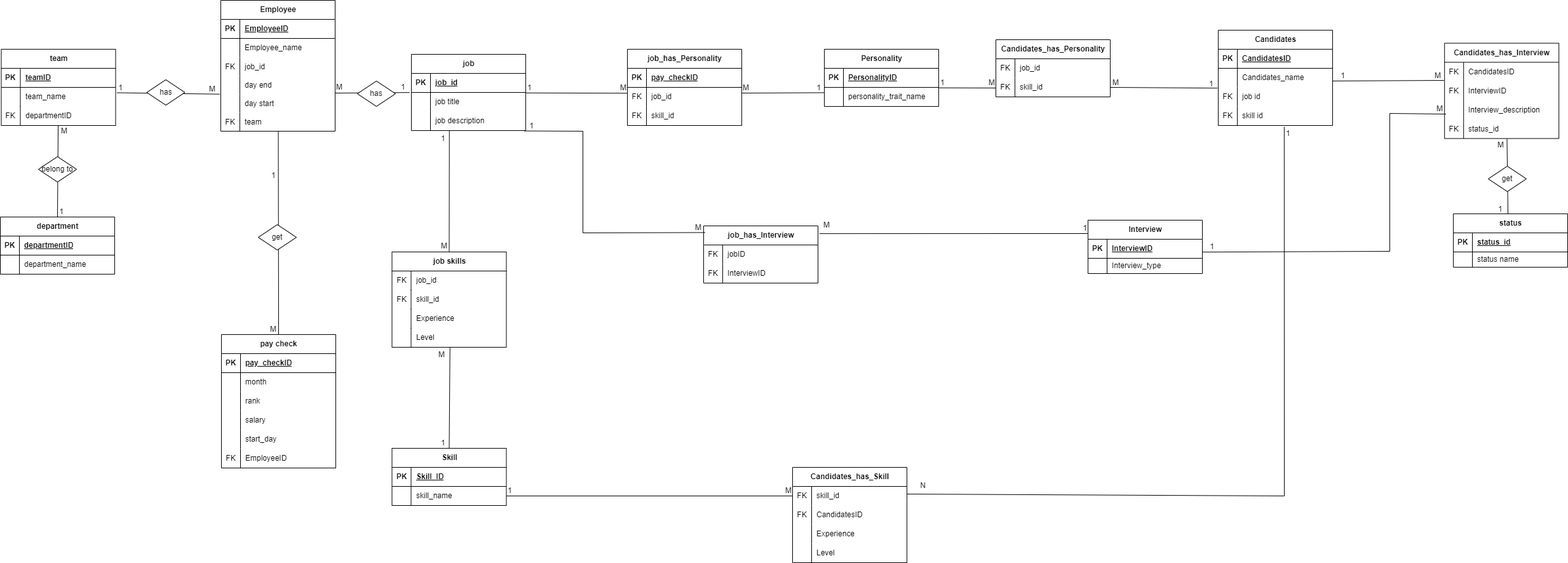
Above: HRDiagram.drawio.png in oran950/DataBase_ERD (draw.io), before the change. Source tidied: cells renumbered, new cells last; positions are measured from the earlier drawing's top-left corner, leaving out a move shared by most shapes.
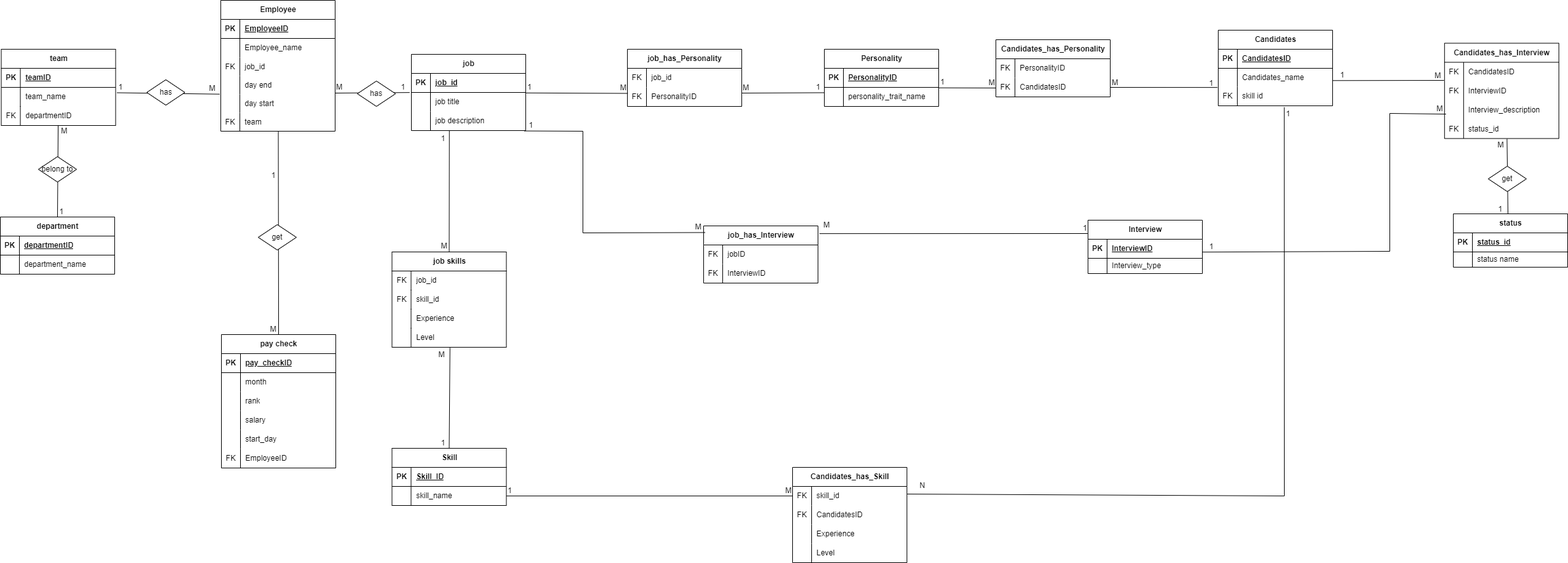
The same file after the commit.

The edit, as a diff of the source:
```diff
@@ -384,19 +384,10 @@
       <mxGeometry x="30" width="150" height="30" as="geometry" />
     </mxCell>
     <mxCell id="117" value="job_has_Personality" style="shape=table;startSize=30;rowLines=0;fontStyle=1;align=center;html=1;" parent="1" vertex="1">
-      <mxGeometry x="987" y="77" width="180" height="120" as="geometry" />
+      <mxGeometry x="987" y="77" width="180" height="90" as="geometry" />
     </mxCell>
-    <mxCell id="118" style="shape=tableRow;horizontal=0;startSize=0;swimlaneHead=0;swimlaneBody=0;fillColor=none;top=0;left=0;right=0;bottom=1;" parent="117" vertex="1">
-      <mxGeometry y="30" width="180" height="30" as="geometry" />
-    </mxCell>
-    <mxCell id="119" value="PK" style="shape=partialRectangle;fillColor=none;top=0;left=0;bottom=0;right=0;fontStyle=1;overflow=hidden;whiteSpace=wrap;html=1;" parent="118" vertex="1">
-      <mxGeometry width="30" height="30" as="geometry" />
-    </mxCell>
-    <mxCell id="120" value="pay_checkID" style="shape=partialRectangle;fillColor=none;top=0;left=0;bottom=0;right=0;align=left;spacingLeft=6;fontStyle=5;overflow=hidden;whiteSpace=wrap;html=1;" parent="118" vertex="1">
-      <mxGeometry x="30" width="150" height="30" as="geometry" />
-    </mxCell>
     <mxCell id="121" style="shape=tableRow;horizontal=0;startSize=0;swimlaneHead=0;swimlaneBody=0;fillColor=none;points=[[0,0.5],[1,0.5]];portConstraint=eastwest;top=0;left=0;right=0;bottom=0;" parent="117" vertex="1">
-      <mxGeometry y="60" width="180" height="30" as="geometry" />
+      <mxGeometry y="30" width="180" height="30" as="geometry" />
     </mxCell>
     <mxCell id="122" value="FK" style="shape=partialRectangle;fillColor=none;top=0;left=0;bottom=0;right=0;overflow=hidden;whiteSpace=wrap;html=1;" parent="121" vertex="1">
       <mxGeometry width="30" height="30" as="geometry" />
@@ -405,15 +396,15 @@
       <mxGeometry x="30" width="150" height="30" as="geometry" />
     </mxCell>
     <mxCell id="124" style="shape=tableRow;horizontal=0;startSize=0;swimlaneHead=0;swimlaneBody=0;fillColor=none;points=[[0,0.5],[1,0.5]];portConstraint=eastwest;top=0;left=0;right=0;bottom=0;" parent="117" vertex="1">
-      <mxGeometry y="90" width="180" height="30" as="geometry" />
+      <mxGeometry y="60" width="180" height="30" as="geometry" />
     </mxCell>
     <mxCell id="125" value="FK" style="shape=partialRectangle;fillColor=none;top=0;left=0;bottom=0;right=0;overflow=hidden;whiteSpace=wrap;html=1;" parent="124" vertex="1">
       <mxGeometry width="30" height="30" as="geometry" />
     </mxCell>
-    <mxCell id="126" value="skill_id" style="shape=partialRectangle;fillColor=none;top=0;left=0;bottom=0;right=0;align=left;spacingLeft=6;overflow=hidden;whiteSpace=wrap;html=1;" parent="124" vertex="1">
+    <mxCell id="126" value="PersonalityID" style="shape=partialRectangle;fillColor=none;top=0;left=0;bottom=0;right=0;align=left;spacingLeft=6;overflow=hidden;whiteSpace=wrap;html=1;" parent="124" vertex="1">
       <mxGeometry x="30" width="150" height="30" as="geometry" />
     </mxCell>
-    <mxCell id="127" style="endArrow=none;html=1;rounded=0;entryX=-0.004;entryY=0.306;entryDx=0;entryDy=0;entryPerimeter=0;exitX=1.004;exitY=0.025;exitDx=0;exitDy=0;exitPerimeter=0;" parent="1" edge="1" source="111" target="121">
+    <mxCell id="127" style="endArrow=none;html=1;rounded=0;exitX=1.004;exitY=0.025;exitDx=0;exitDy=0;exitPerimeter=0;entryX=0.004;entryY=0.316;entryDx=0;entryDy=0;entryPerimeter=0;" parent="1" edge="1" source="111" target="124">
       <mxGeometry relative="1" as="geometry" />
     </mxCell>
     <mxCell id="128" value="1" style="html=1;whiteSpace=wrap;align=left;verticalAlign=bottom;" parent="127" vertex="1">
@@ -463,7 +454,7 @@
     <mxCell id="142" value="FK" style="shape=partialRectangle;fillColor=none;top=0;left=0;bottom=0;right=0;overflow=hidden;whiteSpace=wrap;html=1;" parent="141" vertex="1">
       <mxGeometry width="30" height="30" as="geometry" />
     </mxCell>
-    <mxCell id="143" value="job_id" style="shape=partialRectangle;fillColor=none;top=0;left=0;bottom=0;right=0;align=left;spacingLeft=6;overflow=hidden;whiteSpace=wrap;html=1;" parent="141" vertex="1">
+    <mxCell id="143" value="PersonalityID" style="shape=partialRectangle;fillColor=none;top=0;left=0;bottom=0;right=0;align=left;spacingLeft=6;overflow=hidden;whiteSpace=wrap;html=1;" parent="141" vertex="1">
       <mxGeometry x="30" width="150" height="30" as="geometry" />
     </mxCell>
     <mxCell id="144" style="shape=tableRow;horizontal=0;startSize=0;swimlaneHead=0;swimlaneBody=0;fillColor=none;points=[[0,0.5],[1,0.5]];portConstraint=eastwest;top=0;left=0;right=0;bottom=0;" parent="140" vertex="1">
@@ -472,11 +463,11 @@
     <mxCell id="145" value="FK" style="shape=partialRectangle;fillColor=none;top=0;left=0;bottom=0;right=0;overflow=hidden;whiteSpace=wrap;html=1;" parent="144" vertex="1">
       <mxGeometry width="30" height="30" as="geometry" />
     </mxCell>
-    <mxCell id="146" value="skill_id" style="shape=partialRectangle;fillColor=none;top=0;left=0;bottom=0;right=0;align=left;spacingLeft=6;overflow=hidden;whiteSpace=wrap;html=1;" parent="144" vertex="1">
+    <mxCell id="146" value="CandidatesID" style="shape=partialRectangle;fillColor=none;top=0;left=0;bottom=0;right=0;align=left;spacingLeft=6;overflow=hidden;whiteSpace=wrap;html=1;" parent="144" vertex="1">
       <mxGeometry x="30" width="150" height="30" as="geometry" />
     </mxCell>
     <mxCell id="147" value="Candidates" style="shape=table;startSize=30;rowLines=0;fontStyle=1;align=center;html=1;" parent="1" vertex="1">
-      <mxGeometry x="1917" y="47" width="180" height="150" as="geometry" />
+      <mxGeometry x="1917" y="47" width="180" height="119" as="geometry" />
     </mxCell>
     <mxCell id="148" style="shape=tableRow;horizontal=0;startSize=0;swimlaneHead=0;swimlaneBody=0;fillColor=none;top=0;left=0;right=0;bottom=1;" parent="147" vertex="1">
       <mxGeometry y="30" width="180" height="30" as="geometry" />
@@ -488,25 +479,16 @@
       <mxGeometry x="30" width="150" height="30" as="geometry" />
     </mxCell>
     <mxCell id="151" style="shape=tableRow;horizontal=0;startSize=0;swimlaneHead=0;swimlaneBody=0;fillColor=none;points=[[0,0.5],[1,0.5]];portConstraint=eastwest;top=0;left=0;right=0;bottom=0;" parent="147" vertex="1">
-      <mxGeometry y="60" width="180" height="30" as="geometry" />
+      <mxGeometry y="60" width="180" height="29" as="geometry" />
     </mxCell>
     <mxCell id="152" style="shape=partialRectangle;fillColor=none;top=0;left=0;bottom=0;right=0;overflow=hidden;whiteSpace=wrap;html=1;" parent="151" vertex="1">
-      <mxGeometry width="30" height="30" as="geometry" />
+      <mxGeometry width="30" height="29" as="geometry" />
     </mxCell>
     <mxCell id="153" value="Candidates_name" style="shape=partialRectangle;fillColor=none;top=0;left=0;bottom=0;right=0;align=left;spacingLeft=6;overflow=hidden;whiteSpace=wrap;html=1;" parent="151" vertex="1">
-      <mxGeometry x="30" width="150" height="30" as="geometry" />
+      <mxGeometry x="30" width="150" height="29" as="geometry" />
     </mxCell>
-    <mxCell id="154" style="shape=tableRow;horizontal=0;startSize=0;swimlaneHead=0;swimlaneBody=0;fillColor=none;top=0;left=0;right=0;bottom=0;" parent="147" vertex="1">
-      <mxGeometry y="90" width="180" height="30" as="geometry" />
-    </mxCell>
-    <mxCell id="155" value="FK" style="shape=partialRectangle;fillColor=none;top=0;left=0;bottom=0;right=0;overflow=hidden;whiteSpace=wrap;html=1;" parent="154" vertex="1">
-      <mxGeometry width="30" height="30" as="geometry" />
-    </mxCell>
-    <mxCell id="156" value="job id" style="shape=partialRectangle;fillColor=none;top=0;left=0;bottom=0;right=0;align=left;spacingLeft=6;overflow=hidden;whiteSpace=wrap;html=1;" parent="154" vertex="1">
-      <mxGeometry x="30" width="150" height="30" as="geometry" />
-    </mxCell>
     <mxCell id="157" style="shape=tableRow;horizontal=0;startSize=0;swimlaneHead=0;swimlaneBody=0;fillColor=none;points=[[0,0.5],[1,0.5]];portConstraint=eastwest;top=0;left=0;right=0;bottom=0;" parent="147" vertex="1">
-      <mxGeometry y="120" width="180" height="30" as="geometry" />
+      <mxGeometry y="89" width="180" height="30" as="geometry" />
     </mxCell>
     <mxCell id="158" value="FK" style="shape=partialRectangle;fillColor=none;top=0;left=0;bottom=0;right=0;overflow=hidden;whiteSpace=wrap;html=1;" parent="157" vertex="1">
       <mxGeometry width="30" height="30" as="geometry" />
```
